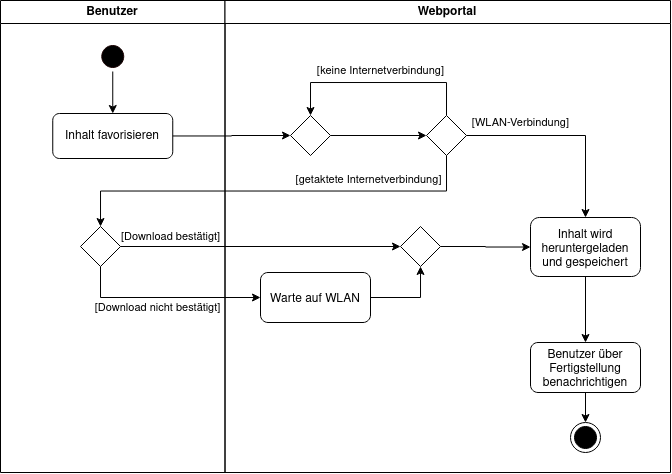
Above: tex/bilder/diagramme/anforderung-konnektivitaet.png in schalterDev/Bachelor-Thesis (draw.io), before the change. Source tidied: cells renumbered, new cells last; positions are measured from the earlier drawing's top-left corner, leaving out a move shared by most shapes. The source it was exported from:
```xml
<mxGraphModel background="#ffffff">
  <root>
    <mxCell id="0" />
    <mxCell id="1" parent="0" />
    <mxCell id="2" value="Benutzer" style="swimlane;whiteSpace=wrap;" parent="1" vertex="1">
      <mxGeometry width="224.5" height="472" as="geometry" />
    </mxCell>
    <mxCell id="3" style="edgeStyle=orthogonalEdgeStyle;rounded=0;jettySize=auto;html=1;exitX=0.5;exitY=1;exitDx=0;exitDy=0;" parent="2" edge="1" source="4" target="5">
      <mxGeometry relative="1" as="geometry" />
    </mxCell>
    <mxCell id="4" style="ellipse;shape=startState;fillColor=#000000;strokeColor=#190000;" parent="2" vertex="1">
      <mxGeometry x="97.2" y="41" width="30" height="30" as="geometry" />
    </mxCell>
    <mxCell id="5" value="Inhalt favorisieren" style="rounded=1;whiteSpace=wrap;html=1;" parent="2" vertex="1">
      <mxGeometry x="52.2" y="113" width="120" height="45" as="geometry" />
    </mxCell>
    <mxCell id="6" style="rhombus;whiteSpace=wrap;html=1;" parent="2" vertex="1">
      <mxGeometry x="80" y="226" width="40" height="40" as="geometry" />
    </mxCell>
    <mxCell id="7" value="Webportal" style="swimlane;whiteSpace=wrap;" parent="1" vertex="1">
      <mxGeometry x="224.5" width="445.5" height="472" as="geometry" />
    </mxCell>
    <mxCell id="8" style="edgeStyle=orthogonalEdgeStyle;rounded=0;jettySize=auto;html=1;" parent="7" edge="1" source="12" target="13">
      <mxGeometry relative="1" as="geometry" />
    </mxCell>
    <mxCell id="9" value="[WLAN-Verbindung]" style="edgeLabel;html=1;align=center;verticalAlign=middle;" parent="8" vertex="1">
      <mxGeometry x="-0.71" relative="1" as="geometry">
        <mxPoint x="25" y="-13" as="offset" />
      </mxGeometry>
    </mxCell>
    <mxCell id="10" style="edgeStyle=orthogonalEdgeStyle;rounded=0;jettySize=auto;html=1;exitX=0.5;exitY=0;exitDx=0;exitDy=0;entryX=0.5;entryY=0;entryDx=0;entryDy=0;" parent="7" edge="1" source="12" target="15">
      <mxGeometry relative="1" as="geometry">
        <Array as="points">
          <mxPoint x="222" y="82" />
          <mxPoint x="86" y="82" />
        </Array>
      </mxGeometry>
    </mxCell>
    <mxCell id="11" value="[keine Internetverbindung]" style="edgeLabel;html=1;align=center;verticalAlign=middle;" parent="10" vertex="1">
      <mxGeometry x="0.27" y="-1" relative="1" as="geometry">
        <mxPoint x="29" y="-11" as="offset" />
      </mxGeometry>
    </mxCell>
    <mxCell id="12" style="rhombus;whiteSpace=wrap;html=1;" parent="7" vertex="1">
      <mxGeometry x="201.5" y="115" width="40" height="40" as="geometry" />
    </mxCell>
    <mxCell id="13" value="Inhalt wird&#10;heruntergeladen&#10;und gespeichert" style="rounded=1;" parent="7" vertex="1">
      <mxGeometry x="305.5" y="217" width="110" height="59" as="geometry" />
    </mxCell>
    <mxCell id="14" style="edgeStyle=orthogonalEdgeStyle;rounded=0;jettySize=auto;html=1;entryX=0;entryY=0.5;entryDx=0;entryDy=0;" parent="7" edge="1" source="15" target="12">
      <mxGeometry relative="1" as="geometry" />
    </mxCell>
    <mxCell id="15" style="rhombus;whiteSpace=wrap;html=1;" parent="7" vertex="1">
      <mxGeometry x="65.5" y="115" width="40" height="40" as="geometry" />
    </mxCell>
    <mxCell id="16" value="Warte auf WLAN" style="rounded=1;" parent="7" vertex="1">
      <mxGeometry x="35.5" y="272" width="110" height="50" as="geometry" />
    </mxCell>
    <mxCell id="17" style="edgeStyle=orthogonalEdgeStyle;rounded=0;jettySize=auto;html=1;exitX=1;exitY=0.5;exitDx=0;exitDy=0;" parent="7" edge="1" source="18" target="13">
      <mxGeometry relative="1" as="geometry" />
    </mxCell>
    <mxCell id="18" style="rhombus;whiteSpace=wrap;html=1;" parent="7" vertex="1">
      <mxGeometry x="175.5" y="226" width="40" height="40" as="geometry" />
    </mxCell>
    <mxCell id="19" style="edgeStyle=orthogonalEdgeStyle;rounded=0;jettySize=auto;html=1;exitX=1;exitY=0.5;exitDx=0;exitDy=0;" parent="7" edge="1" source="16" target="18">
      <mxGeometry relative="1" as="geometry" />
    </mxCell>
    <mxCell id="20" style="ellipse;html=1;shape=endState;fillColor=#000000;strokeColor=#000000;rounded=1;" parent="7" vertex="1">
      <mxGeometry x="345.5" y="422" width="30" height="30" as="geometry" />
    </mxCell>
    <mxCell id="21" style="edgeStyle=orthogonalEdgeStyle;rounded=0;jettySize=auto;html=1;entryX=0;entryY=0.5;entryDx=0;entryDy=0;" parent="1" edge="1" source="5" target="15">
      <mxGeometry relative="1" as="geometry" />
    </mxCell>
    <mxCell id="22" style="edgeStyle=orthogonalEdgeStyle;rounded=0;jettySize=auto;html=1;exitX=0.5;exitY=1;exitDx=0;exitDy=0;" parent="1" edge="1" source="12" target="6">
      <mxGeometry relative="1" as="geometry" />
    </mxCell>
    <mxCell id="23" value="[getaktete Internetverbindung]" style="edgeLabel;html=1;align=center;verticalAlign=middle;" parent="22" vertex="1">
      <mxGeometry x="-0.4" y="3" relative="1" as="geometry">
        <mxPoint x="9.9" y="-14.5" as="offset" />
      </mxGeometry>
    </mxCell>
    <mxCell id="24" style="edgeStyle=orthogonalEdgeStyle;rounded=0;jettySize=auto;html=1;exitX=1;exitY=0.5;exitDx=0;exitDy=0;" parent="1" edge="1" source="6" target="18">
      <mxGeometry relative="1" as="geometry" />
    </mxCell>
    <mxCell id="25" value="[Download bestätigt]" style="edgeLabel;html=1;align=center;verticalAlign=middle;" parent="24" vertex="1">
      <mxGeometry y="-203" relative="1" as="geometry">
        <mxPoint x="-90.8" y="-213" as="offset" />
      </mxGeometry>
    </mxCell>
    <mxCell id="26" style="edgeStyle=orthogonalEdgeStyle;rounded=0;jettySize=auto;html=1;exitX=0.5;exitY=1;exitDx=0;exitDy=0;" parent="1" edge="1" source="6" target="16">
      <mxGeometry relative="1" as="geometry">
        <Array as="points">
          <mxPoint x="100" y="297" />
        </Array>
      </mxGeometry>
    </mxCell>
    <mxCell id="27" value="[Download nicht bestätigt]" style="edgeLabel;html=1;align=center;verticalAlign=middle;" parent="26" vertex="1">
      <mxGeometry x="-0.73" y="8" relative="1" as="geometry">
        <mxPoint x="49" y="15" as="offset" />
      </mxGeometry>
    </mxCell>
    <mxCell id="28" style="edgeStyle=orthogonalEdgeStyle;rounded=0;jettySize=auto;html=1;exitX=0.5;exitY=1;exitDx=0;exitDy=0;" parent="1" edge="1" source="29" target="20">
      <mxGeometry relative="1" as="geometry" />
    </mxCell>
    <mxCell id="29" value="Benutzer über&#10;Fertigstellung&#10;benachrichtigen" style="rounded=1;" parent="1" vertex="1">
      <mxGeometry x="530" y="342" width="110" height="50" as="geometry" />
    </mxCell>
    <mxCell id="30" style="edgeStyle=orthogonalEdgeStyle;rounded=0;jettySize=auto;html=1;exitX=0.5;exitY=1;exitDx=0;exitDy=0;" parent="1" edge="1" source="13" target="29">
      <mxGeometry relative="1" as="geometry" />
    </mxCell>
  </root>
</mxGraphModel>
```
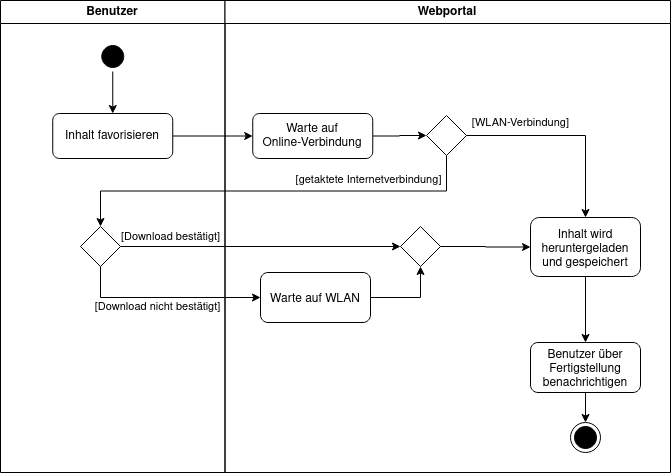
The same diagram one commit later.

Change to the diagram source:
```diff
@@ -28,31 +28,12 @@
         <mxPoint x="25" y="-13" as="offset" />
       </mxGeometry>
     </mxCell>
-    <mxCell id="10" style="edgeStyle=orthogonalEdgeStyle;rounded=0;jettySize=auto;html=1;exitX=0.5;exitY=0;exitDx=0;exitDy=0;entryX=0.5;entryY=0;entryDx=0;entryDy=0;" parent="7" edge="1" source="12" target="15">
-      <mxGeometry relative="1" as="geometry">
-        <Array as="points">
-          <mxPoint x="222" y="82" />
-          <mxPoint x="86" y="82" />
-        </Array>
-      </mxGeometry>
-    </mxCell>
-    <mxCell id="11" value="[keine Internetverbindung]" style="edgeLabel;html=1;align=center;verticalAlign=middle;" parent="10" vertex="1">
-      <mxGeometry x="0.27" y="-1" relative="1" as="geometry">
-        <mxPoint x="29" y="-11" as="offset" />
-      </mxGeometry>
-    </mxCell>
     <mxCell id="12" style="rhombus;whiteSpace=wrap;html=1;" parent="7" vertex="1">
       <mxGeometry x="201.5" y="115" width="40" height="40" as="geometry" />
     </mxCell>
     <mxCell id="13" value="Inhalt wird&#10;heruntergeladen&#10;und gespeichert" style="rounded=1;" parent="7" vertex="1">
       <mxGeometry x="305.5" y="217" width="110" height="59" as="geometry" />
     </mxCell>
-    <mxCell id="14" style="edgeStyle=orthogonalEdgeStyle;rounded=0;jettySize=auto;html=1;entryX=0;entryY=0.5;entryDx=0;entryDy=0;" parent="7" edge="1" source="15" target="12">
-      <mxGeometry relative="1" as="geometry" />
-    </mxCell>
-    <mxCell id="15" style="rhombus;whiteSpace=wrap;html=1;" parent="7" vertex="1">
-      <mxGeometry x="65.5" y="115" width="40" height="40" as="geometry" />
-    </mxCell>
     <mxCell id="16" value="Warte auf WLAN" style="rounded=1;" parent="7" vertex="1">
       <mxGeometry x="35.5" y="272" width="110" height="50" as="geometry" />
     </mxCell>
@@ -68,9 +49,12 @@
     <mxCell id="20" style="ellipse;html=1;shape=endState;fillColor=#000000;strokeColor=#000000;rounded=1;" parent="7" vertex="1">
       <mxGeometry x="345.5" y="422" width="30" height="30" as="geometry" />
     </mxCell>
-    <mxCell id="21" style="edgeStyle=orthogonalEdgeStyle;rounded=0;jettySize=auto;html=1;entryX=0;entryY=0.5;entryDx=0;entryDy=0;" parent="1" edge="1" source="5" target="15">
-      <mxGeometry relative="1" as="geometry" />
-    </mxCell>
+    <mxCell id="31" style="edgeStyle=orthogonalEdgeStyle;rounded=0;jettySize=auto;html=1;" parent="7" edge="1" source="32" target="12">
+      <mxGeometry relative="1" as="geometry" />
+    </mxCell>
+    <mxCell id="32" value="Warte auf &lt;br&gt;Online-Verbindung" style="rounded=1;whiteSpace=wrap;html=1;" parent="7" vertex="1">
+      <mxGeometry x="27.8" y="113" width="120" height="45" as="geometry" />
+    </mxCell>
     <mxCell id="22" style="edgeStyle=orthogonalEdgeStyle;rounded=0;jettySize=auto;html=1;exitX=0.5;exitY=1;exitDx=0;exitDy=0;" parent="1" edge="1" source="12" target="6">
       <mxGeometry relative="1" as="geometry" />
     </mxCell>
@@ -108,5 +92,8 @@
     <mxCell id="30" style="edgeStyle=orthogonalEdgeStyle;rounded=0;jettySize=auto;html=1;exitX=0.5;exitY=1;exitDx=0;exitDy=0;" parent="1" edge="1" source="13" target="29">
       <mxGeometry relative="1" as="geometry" />
     </mxCell>
+    <mxCell id="33" style="edgeStyle=orthogonalEdgeStyle;rounded=0;jettySize=auto;html=1;" parent="1" edge="1" source="5" target="32">
+      <mxGeometry relative="1" as="geometry" />
+    </mxCell>
   </root>
 </mxGraphModel>
```
